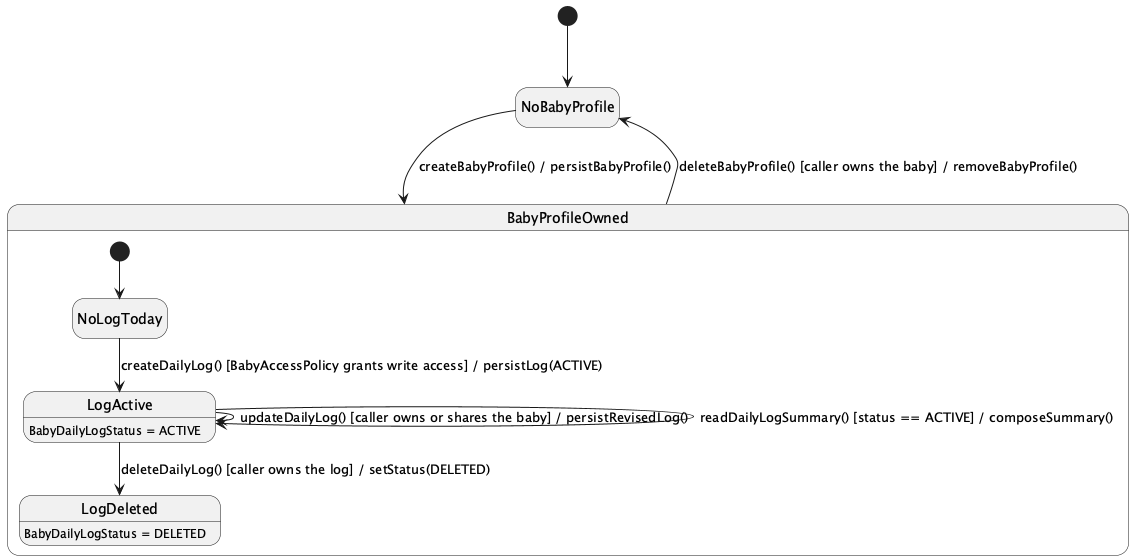
The PlantUML diagram 03_Design/Detailed_Design/MF03_Baby_Care_Journey_Growth_Vaccination/images/01_Baby_Profile_Daily_Care_and_Summary_StateChartDiagram.png in ChuongBDHE172784/CareBridge_SEP490_G79, before a commit.
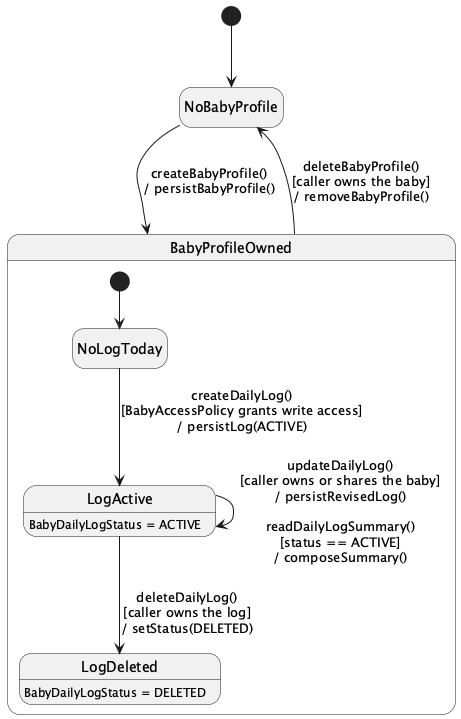
Above is the later version.

The edit, as a diff of the source:
```diff
@@ -1,16 +1,15 @@
-@startuml
+@startuml StateChartDiagram_01BabyProfileDailyCareandSummary
 hide empty description
 [*] --> NoBabyProfile
 
-NoBabyProfile --> BabyProfileOwned : createBabyProfile() / persistBabyProfile()
-BabyProfileOwned --> NoBabyProfile : deleteBabyProfile() [caller owns the baby] / removeBabyProfile()
+NoBabyProfile --> BabyProfileOwned : createBabyProfile()\n/ persistBabyProfile()
+BabyProfileOwned --> NoBabyProfile : deleteBabyProfile()\n[caller owns the baby]\n/ removeBabyProfile()
 
 state BabyProfileOwned {
   [*] --> NoLogToday
-  NoLogToday --> LogActive : createDailyLog() [BabyAccessPolicy grants write access] / persistLog(ACTIVE)
-  LogActive --> LogActive : updateDailyLog() [caller owns or shares the baby] / persistRevisedLog()
-  LogActive --> LogDeleted : deleteDailyLog() [caller owns the log] / setStatus(DELETED)
-  LogActive --> LogActive : readDailyLogSummary() [status == ACTIVE] / composeSummary()
+  NoLogToday --> LogActive : createDailyLog()\n[BabyAccessPolicy grants write access]\n/ persistLog(ACTIVE)
+  LogActive --> LogActive : updateDailyLog()\n[caller owns or shares the baby]\n/ persistRevisedLog()\n\nreadDailyLogSummary()\n[status == ACTIVE]\n/ composeSummary()
+  LogActive --> LogDeleted : deleteDailyLog()\n[caller owns the log]\n/ setStatus(DELETED)
 }
 
 LogActive : BabyDailyLogStatus = ACTIVE
```
